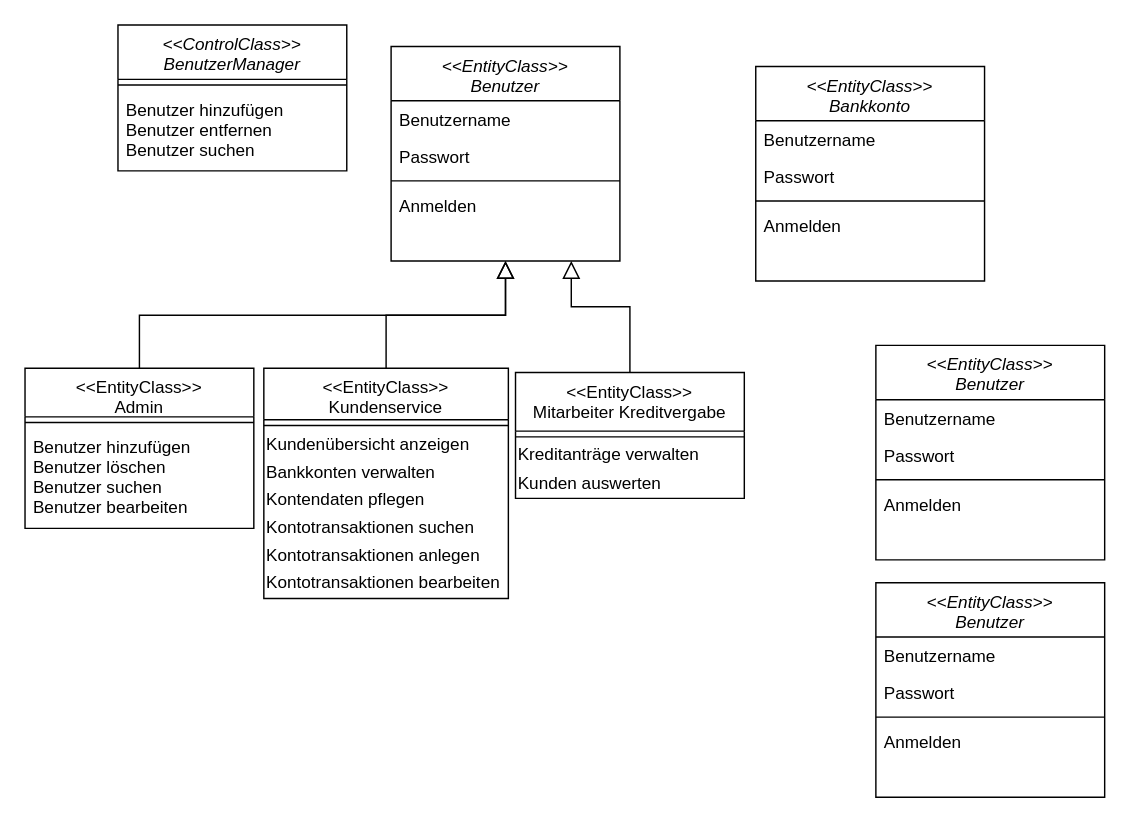
Above: page "Technischer Entwurf" (5 of 5) of Datenmodell.drawio in JaSc2912/VerteilteAnwendungen (draw.io), before the change. Source tidied: cells renumbered, new cells numbered last; positions are measured from the earlier drawing's top-left corner, leaving out a move shared by most shapes. Both pictures are drawn from the tidied source at 143%, with x=0, y=0 at pixel (24, 24).
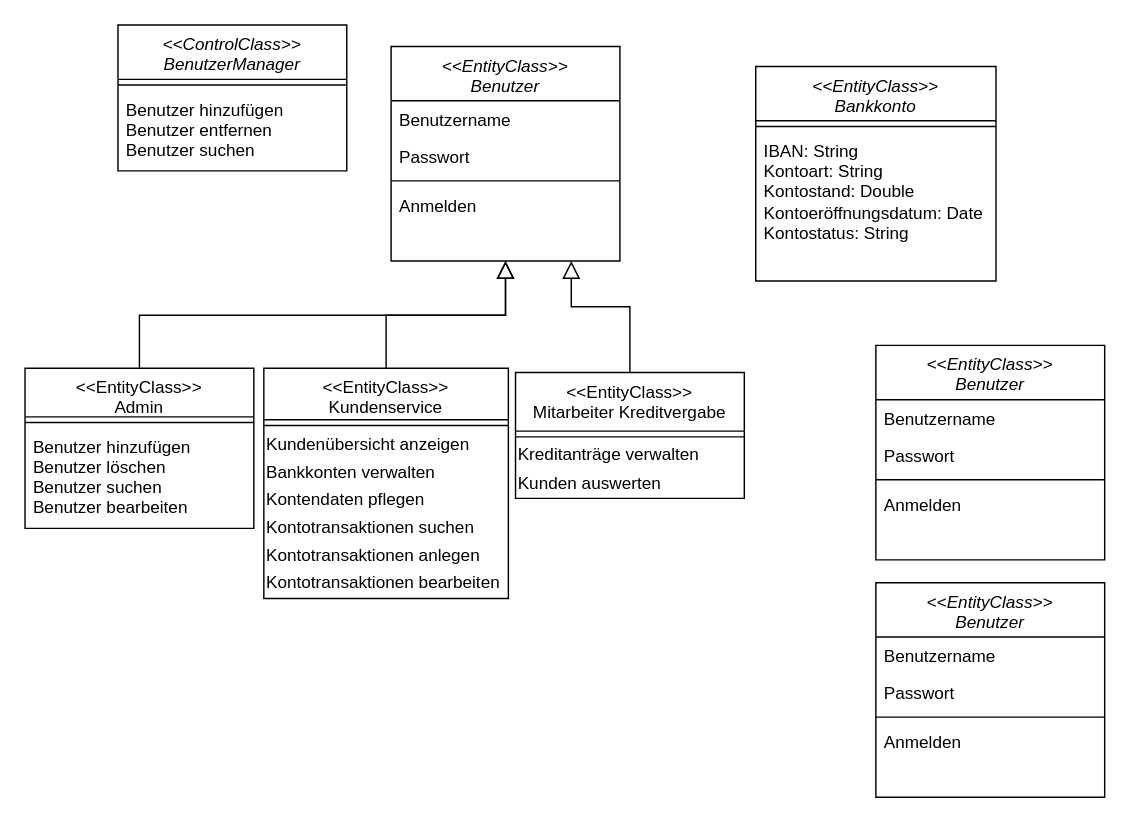
The same diagram, later.

What changed in the source:
```diff
@@
     <mxCell id="22" value="&lt;&lt;EntityClass&gt;&gt;&#10;Bankkonto" style="swimlane;fontStyle=2;align=center;verticalAlign=top;horizontal=1;startSize=38;rounded=0;shadow=0;strokeWidth=1;" parent="1" vertex="1">
-      <mxGeometry x="511" y="29" width="160" height="150" as="geometry" />
+      <mxGeometry x="511" y="29" width="168" height="150" as="geometry" />
     </mxCell>
-    <mxCell id="23" value="Benutzername" style="text;align=left;verticalAlign=top;spacingLeft=4;spacingRight=4;overflow=hidden;" parent="22" vertex="1">
-      <mxGeometry y="38" width="160" height="26" as="geometry" />
-    </mxCell>
-    <mxCell id="24" value="Passwort" style="text;align=left;verticalAlign=top;spacingLeft=4;spacingRight=4;overflow=hidden;rounded=0;shadow=0;html=0;" parent="22" vertex="1">
-      <mxGeometry y="64" width="160" height="26" as="geometry" />
-    </mxCell>
     <mxCell id="25" style="line;html=1;strokeWidth=1;align=left;verticalAlign=middle;spacingTop=-1;spacingLeft=3;spacingRight=3;labelPosition=right;" parent="22" vertex="1">
-      <mxGeometry y="90" width="160" height="8" as="geometry" />
+      <mxGeometry y="38" width="168" height="8" as="geometry" />
     </mxCell>
-    <mxCell id="26" value="Anmelden" style="text;align=left;verticalAlign=top;spacingLeft=4;spacingRight=4;overflow=hidden;" parent="22" vertex="1">
-      <mxGeometry y="98" width="160" height="26" as="geometry" />
-    </mxCell>
+    <mxCell id="37" value="&lt;p align=&quot;left&quot; style=&quot;margin:0px;margin-left:4px;&quot;&gt;IBAN: String&lt;/p&gt;&lt;p align=&quot;left&quot; style=&quot;margin:0px;margin-left:4px;&quot;&gt;Kontoart: String&lt;/p&gt;&lt;p align=&quot;left&quot; style=&quot;margin:0px;margin-left:4px;&quot;&gt;Kontostand: Double&lt;/p&gt;&lt;p align=&quot;left&quot; style=&quot;margin:0px;margin-left:4px;&quot;&gt;Kontoeröffnungsdatum: Date&lt;/p&gt;&lt;p align=&quot;left&quot; style=&quot;margin:0px;margin-left:4px;&quot;&gt;Kontostatus: String&lt;/p&gt;" style="text;html=1;align=left;verticalAlign=middle;strokeColor=none;fillColor=none;" parent="22" vertex="1">
+      <mxGeometry y="46" width="168" height="84" as="geometry" />
+    </mxCell>
```
